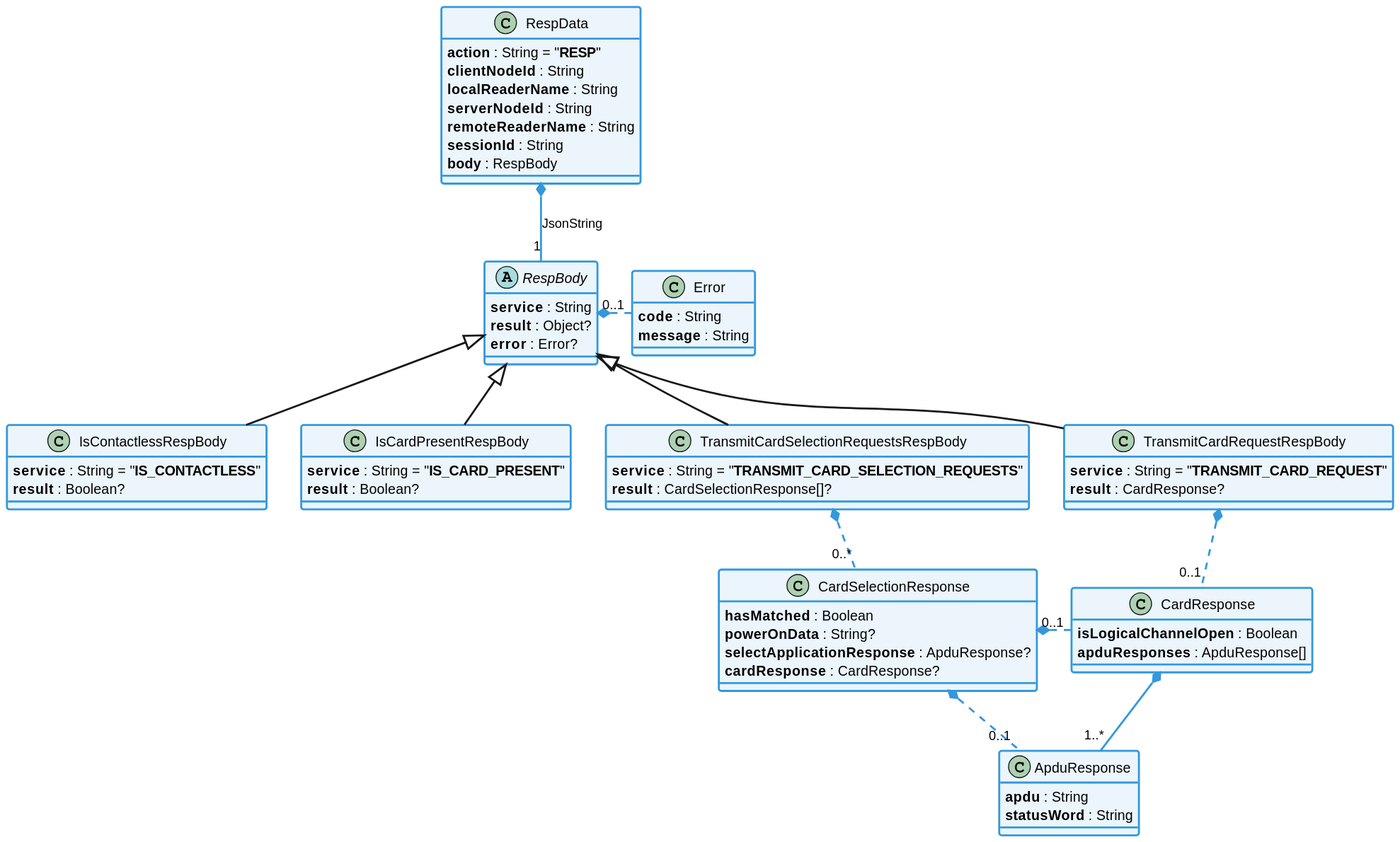
Before: static/media/learn/user-guide/distributed-json-api-1-0/distributedJsonApi_classDiagram_resp.svg, a diagram exported from PlantUML (eclipse-keyple/keyple-website). Its diagram source:
```plantuml
@startuml


!define C_GREY1 F8F9F9
!define C_GREY2 F2F3F4
!define C_GREY3 E5E7E9
!define C_GREY4 D7DBDD
!define C_GREY5 CACFD2
!define C_GREY6 BDC3C7
!define C_LINK 3498DB
!define C_USE 27AE60

skinparam stereotypeABorderColor #A9DCDF
skinparam stereotypeIBorderColor #B4A7E5
skinparam stereotypeCBorderColor #ADD1B2
skinparam stereotypeEBorderColor #EB93DF

skinparam ClassBorderThickness 2
skinparam ArrowThickness 2

skinparam ClassBackgroundColor #FEFECE
skinparam ClassBorderColor #D4AC0D
skinparam ClassBackgroundColor<<red>> #FDEDEC
skinparam ClassBorderColor<<red>> #E74C3C
hide <<red>> stereotype
skinparam ClassBackgroundColor<<purple>> #F4ECF7
skinparam ClassBorderColor<<purple>> #8E44AD
hide <<purple>> stereotype
skinparam ClassBackgroundColor<<blue>> #EBF5FB
skinparam ClassBorderColor<<blue>> #3498DB
hide <<blue>> stereotype
skinparam ClassBackgroundColor<<green>> #E9F7EF
skinparam ClassBorderColor<<green>> #27AE60
hide <<green>> stereotype
skinparam ClassBackgroundColor<<grey>> #EAECEE
skinparam ClassBorderColor<<grey>> #2C3E50
hide <<grey>> stereotype


class RespData {
    **action** : String = "**RESP**"
    **clientNodeId** : String
    **localReaderName** : String
    **serverNodeId** : String
    **remoteReaderName** : String
    **sessionId** : String
    **body** : RespBody
}
abstract class RespBody {
    **service** : String
    **result** : Object?
    **error** : Error?
}

class Error {
    **code** : String
    **message** : String
}

class IsContactlessRespBody extends RespBody {
    **service** : String = "**IS_CONTACTLESS**"
    **result** : Boolean?
}

class IsCardPresentRespBody extends RespBody {
    **service** : String = "**IS_CARD_PRESENT**"
    **result** : Boolean?
}

class TransmitCardSelectionRequestsRespBody extends RespBody {
    **service** : String = "**TRANSMIT_CARD_SELECTION_REQUESTS**"
     **result** : CardSelectionResponse[]?
}
class CardSelectionResponse {
    **hasMatched** : Boolean
    **powerOnData** : String?
    **selectApplicationResponse** : ApduResponse?
    **cardResponse** : CardResponse?
}
class CardResponse {
    **isLogicalChannelOpen** : Boolean
    **apduResponses** : ApduResponse[]
}
class ApduResponse {
    **apdu** : String
    **statusWord** : String
}

class TransmitCardRequestRespBody extends RespBody {
    **service** : String = "**TRANSMIT_CARD_REQUEST**"
    **result** : CardResponse?
}


RespData *-- "1" RespBody #C_LINK : JsonString

RespBody *.right. "0..1" Error #C_LINK

TransmitCardSelectionRequestsRespBody *.. "0..*" CardSelectionResponse #C_LINK

CardSelectionResponse *.right. "0..1" CardResponse #C_LINK
CardSelectionResponse *.. "0..1" ApduResponse #C_LINK

CardResponse *-- "1..*" ApduResponse #C_LINK

TransmitCardRequestRespBody *.. "0..1" CardResponse #C_LINK




class RespData <<blue>>
abstract class RespBody <<blue>>

class Error <<blue>>

class TransmitCardRequestRespBody <<blue>>
class TransmitCardSelectionRequestsRespBody <<blue>>
class CardSelectionResponse <<blue>>
class CardResponse <<blue>>
class ApduResponse <<blue>>

class IsCardPresentRespBody <<blue>>

class IsContactlessRespBody <<blue>>
@enduml
```
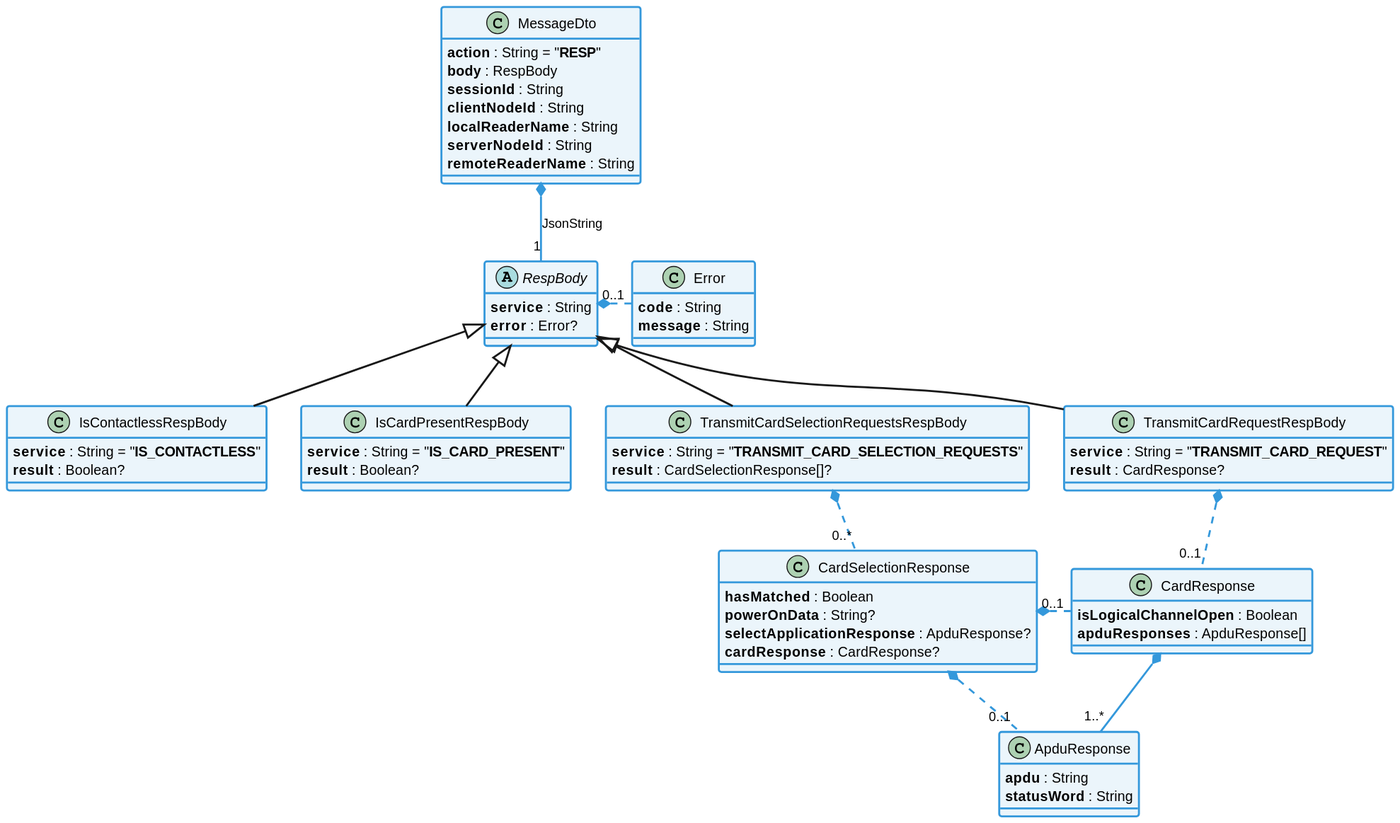
The same file after the commit.

What changed in the source:
```diff
@@ -37,18 +37,17 @@
 hide <<grey>> stereotype
 
 
-class RespData {
+class MessageDto {
     **action** : String = "**RESP**"
+    **body** : RespBody
+    **sessionId** : String
     **clientNodeId** : String
     **localReaderName** : String
     **serverNodeId** : String
     **remoteReaderName** : String
-    **sessionId** : String
-    **body** : RespBody
 }
 abstract class RespBody {
     **service** : String
-    **result** : Object?
     **error** : Error?
 }
 
@@ -92,7 +91,7 @@
 }
 
 
-RespData *-- "1" RespBody #C_LINK : JsonString
+MessageDto *-- "1" RespBody #C_LINK : JsonString
 
 RespBody *.right. "0..1" Error #C_LINK
 
@@ -108,7 +107,7 @@
 
 
 
-class RespData <<blue>>
+class MessageDto <<blue>>
 abstract class RespBody <<blue>>
 
 class Error <<blue>>
```
